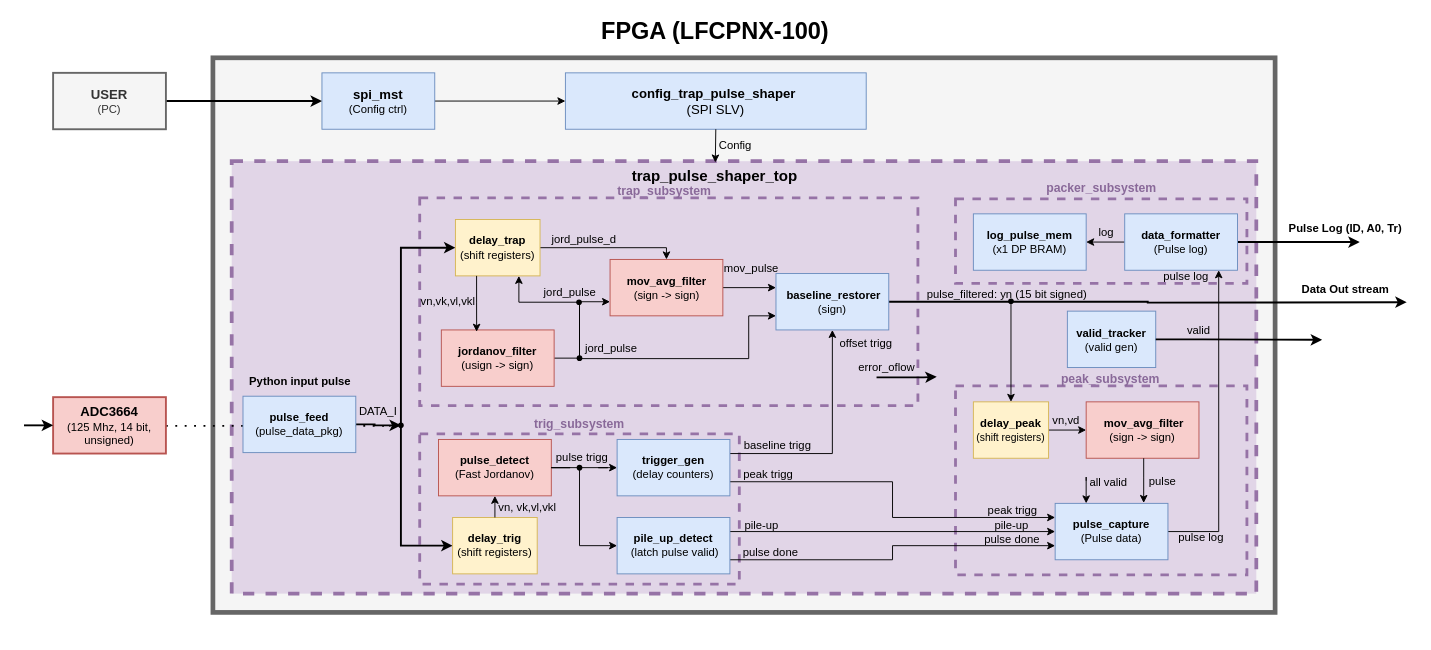
mexarlg/trap_filter keeps this draw.io diagram as docs/Trapezoidal_Pulse_Shaper_BD.drawio. Above is the earlier version. Source tidied: cells renumbered, new cells numbered last; positions are measured from the earlier drawing's top-left corner, leaving out a move shared by most shapes. Both pictures are drawn from the tidied source at 94%, with x=0, y=0 at pixel (24, 16).
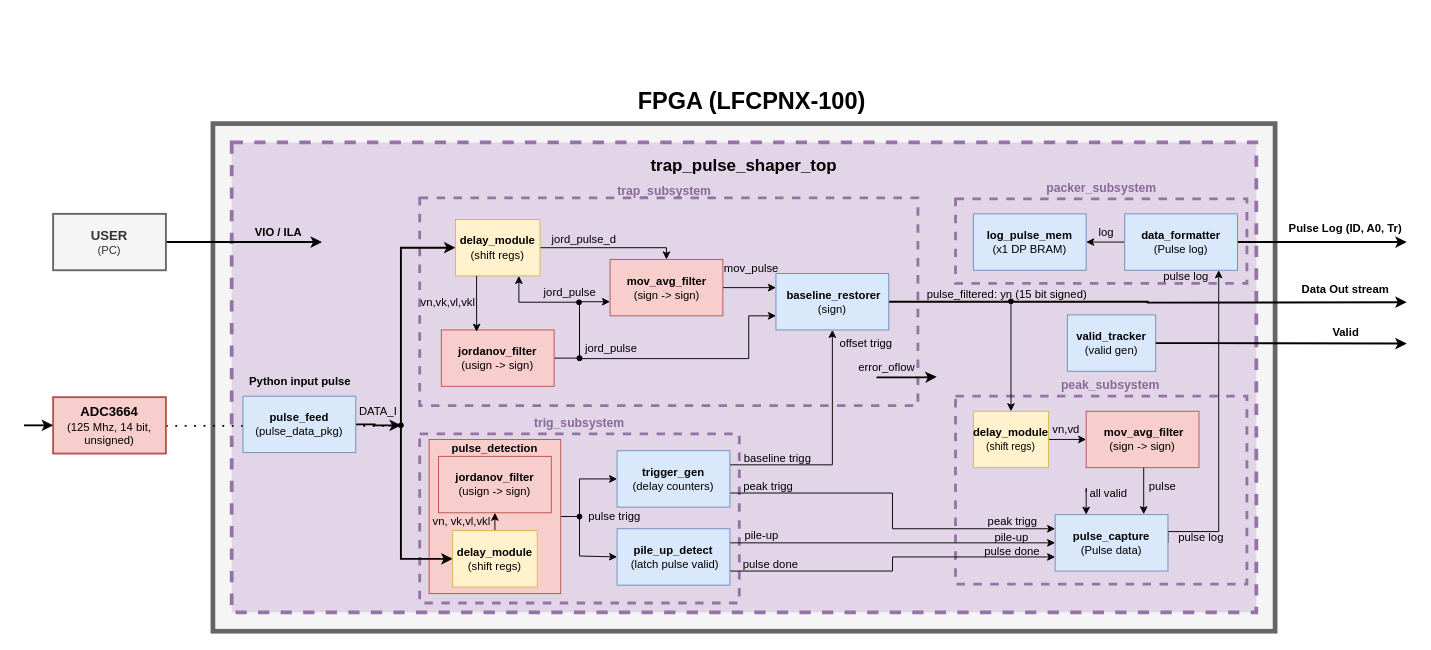
The same diagram, later.

Unchanged cells that the change refers to:
```xml
<mxCell id="14" style="shape=waypoint;sketch=0;fillStyle=solid;size=6;points=[];fillColor=none;perimeter=centerPerimeter;snapToPoint=1;" parent="1" vertex="1">
  <mxGeometry x="391" y="425" width="20" height="20" as="geometry" />
</mxCell>
<mxCell id="50" value="&lt;div&gt;&lt;b&gt;data_formatter&lt;/b&gt;&lt;/div&gt;&lt;div&gt;&lt;span style=&quot;background-color: transparent; color: light-dark(rgb(0, 0, 0), rgb(255, 255, 255));&quot;&gt;(Pulse log)&lt;/span&gt;&lt;/div&gt;" style="rounded=0;whiteSpace=wrap;html=1;fillColor=#dae8fc;strokeColor=#6c8ebf;" parent="1" vertex="1">
  <mxGeometry x="1171" y="210" width="120" height="60" as="geometry" />
</mxCell>
```

Change to the diagram source:
```diff
@@
     <mxCell id="2" style="rounded=0;whiteSpace=wrap;html=1;fillColor=#f5f5f5;strokeColor=#666666;strokeWidth=5;fontColor=#333333;" parent="1" vertex="1">
-      <mxGeometry x="201" y="44" width="1130" height="590" as="geometry" />
+      <mxGeometry x="201" y="114" width="1130" height="540" as="geometry" />
     </mxCell>
     <mxCell id="3" style="rounded=0;whiteSpace=wrap;html=1;fillColor=#e1d5e7;strokeColor=#9673a6;strokeWidth=4;dashed=1;" parent="1" vertex="1">
-      <mxGeometry x="221" y="154" width="1090" height="460" as="geometry" />
+      <mxGeometry x="221" y="134" width="1090" height="500" as="geometry" />
     </mxCell>
     <mxCell id="4" style="rounded=0;whiteSpace=wrap;html=1;fillColor=#e1d5e7;strokeColor=#9673a6;dashed=1;strokeWidth=3;" parent="1" vertex="1">
-      <mxGeometry x="991" y="393" width="310" height="201" as="geometry" />
+      <mxGeometry x="991" y="404" width="310" height="200" as="geometry" />
     </mxCell>
@@
     <mxCell id="7" style="rounded=0;whiteSpace=wrap;html=1;fillColor=#e1d5e7;strokeColor=#9673a6;dashed=1;strokeWidth=3;" parent="1" vertex="1">
-      <mxGeometry x="421" y="444" width="340" height="160" as="geometry" />
+      <mxGeometry x="421" y="444" width="340" height="180" as="geometry" />
     </mxCell>
@@
-    <mxCell id="10" style="edgeStyle=orthogonalEdgeStyle;rounded=0;jettySize=auto;html=1;" parent="1" edge="1" source="45" target="42">
-      <mxGeometry relative="1" as="geometry" />
+    <mxCell id="10" style="edgeStyle=orthogonalEdgeStyle;rounded=0;jettySize=auto;html=1;entryX=0;entryY=0.5;entryDx=0;entryDy=0;" parent="1" edge="1" source="45" target="42">
+      <mxGeometry relative="1" as="geometry">
+        <Array as="points">
+          <mxPoint x="591" y="492" />
+        </Array>
+      </mxGeometry>
     </mxCell>
+    <mxCell id="43" style="edgeStyle=orthogonalEdgeStyle;rounded=0;jettySize=auto;html=1;exitX=1;exitY=0.5;exitDx=0;exitDy=0;endArrow=none;endFill=0;" parent="1" edge="1" source="11" target="45">
+      <mxGeometry relative="1" as="geometry" />
+    </mxCell>
-    <mxCell id="11" value="&lt;b&gt;pulse_detect&lt;/b&gt;&lt;div&gt;(Fast Jordanov)&lt;/div&gt;" style="rounded=0;whiteSpace=wrap;html=1;fillColor=#f8cecc;strokeColor=#b85450;" parent="1" vertex="1">
-      <mxGeometry x="441" y="450" width="120" height="60" as="geometry" />
+    <mxCell id="11" style="rounded=0;whiteSpace=wrap;html=1;fillColor=#f8cecc;strokeColor=#b85450;" parent="1" vertex="1">
+      <mxGeometry x="431" y="450" width="140" height="164" as="geometry" />
     </mxCell>
     <mxCell id="12" style="edgeStyle=orthogonalEdgeStyle;rounded=0;jettySize=auto;html=1;entryX=0;entryY=0.5;entryDx=0;entryDy=0;strokeWidth=2;" parent="1" edge="1" source="14" target="66">
       <mxGeometry relative="1" as="geometry">
         <Array as="points">
-          <mxPoint x="401" y="563" />
+          <mxPoint x="401" y="577" />
         </Array>
       </mxGeometry>
     </mxCell>
@@
-    <mxCell id="16" value="&lt;div&gt;&lt;span style=&quot;background-color: transparent; color: light-dark(rgb(0, 0, 0), rgb(255, 255, 255));&quot;&gt;&lt;b&gt;delay_trap&lt;/b&gt;&lt;/span&gt;&lt;/div&gt;&lt;div&gt;&lt;span style=&quot;background-color: transparent; color: light-dark(rgb(0, 0, 0), rgb(255, 255, 255));&quot;&gt;(shift registers)&lt;/span&gt;&lt;/div&gt;" style="rounded=0;whiteSpace=wrap;html=1;fillColor=#fff2cc;strokeColor=#d6b656;" parent="1" vertex="1">
+    <mxCell id="16" value="&lt;div&gt;&lt;span style=&quot;background-color: transparent; color: light-dark(rgb(0, 0, 0), rgb(255, 255, 255));&quot;&gt;&lt;b&gt;delay_module&lt;/b&gt;&lt;/span&gt;&lt;/div&gt;&lt;div&gt;&lt;span style=&quot;background-color: transparent; color: light-dark(rgb(0, 0, 0), rgb(255, 255, 255));&quot;&gt;(shift regs)&lt;/span&gt;&lt;/div&gt;" style="rounded=0;whiteSpace=wrap;html=1;fillColor=#fff2cc;strokeColor=#d6b656;" parent="1" vertex="1">
       <mxGeometry x="459" y="216" width="90" height="60" as="geometry" />
     </mxCell>
@@
     <mxCell id="19" value="&lt;div&gt;&lt;b&gt;pile_up_detect&lt;/b&gt;&lt;/div&gt;&lt;div&gt;&amp;nbsp;(latch pulse valid)&lt;/div&gt;" style="rounded=0;whiteSpace=wrap;html=1;fillColor=#dae8fc;strokeColor=#6c8ebf;" parent="1" vertex="1">
-      <mxGeometry x="631" y="533" width="120" height="60" as="geometry" />
+      <mxGeometry x="631" y="545" width="120" height="60" as="geometry" />
     </mxCell>
@@
-    <mxCell id="23" value="&lt;div&gt;&lt;span style=&quot;background-color: transparent; color: light-dark(rgb(0, 0, 0), rgb(255, 255, 255));&quot;&gt;&lt;b&gt;delay_peak&lt;/b&gt;&lt;/span&gt;&lt;/div&gt;&lt;div&gt;&lt;span style=&quot;background-color: transparent; color: light-dark(rgb(0, 0, 0), rgb(255, 255, 255));&quot;&gt;&lt;font style=&quot;font-size: 11px;&quot;&gt;(shift registers)&lt;/font&gt;&lt;/span&gt;&lt;/div&gt;" style="rounded=0;whiteSpace=wrap;html=1;fillColor=#fff2cc;strokeColor=#d6b656;" parent="1" vertex="1">
-      <mxGeometry x="1010" y="410" width="80" height="60" as="geometry" />
+    <mxCell id="23" value="&lt;div&gt;&lt;span style=&quot;background-color: transparent; color: light-dark(rgb(0, 0, 0), rgb(255, 255, 255));&quot;&gt;&lt;b&gt;delay_module&lt;/b&gt;&lt;/span&gt;&lt;/div&gt;&lt;div&gt;&lt;span style=&quot;background-color: transparent; color: light-dark(rgb(0, 0, 0), rgb(255, 255, 255));&quot;&gt;&lt;font style=&quot;font-size: 11px;&quot;&gt;(shift regs)&lt;/font&gt;&lt;/span&gt;&lt;/div&gt;" style="rounded=0;whiteSpace=wrap;html=1;fillColor=#fff2cc;strokeColor=#d6b656;" parent="1" vertex="1">
+      <mxGeometry x="1010" y="420" width="80" height="60" as="geometry" />
     </mxCell>
@@
     <mxCell id="25" value="&lt;div&gt;&lt;span style=&quot;background-color: transparent; color: light-dark(rgb(0, 0, 0), rgb(255, 255, 255));&quot;&gt;&lt;b&gt;pulse_capture&lt;/b&gt;&lt;/span&gt;&lt;/div&gt;&lt;div&gt;&lt;span style=&quot;background-color: transparent; color: light-dark(rgb(0, 0, 0), rgb(255, 255, 255));&quot;&gt;(Pulse data)&lt;/span&gt;&lt;/div&gt;" style="rounded=0;whiteSpace=wrap;html=1;fillColor=#dae8fc;strokeColor=#6c8ebf;" parent="1" vertex="1">
-      <mxGeometry x="1097" y="518" width="120" height="60" as="geometry" />
+      <mxGeometry x="1097" y="530" width="120" height="60" as="geometry" />
     </mxCell>
-    <mxCell id="26" value="&lt;div&gt;&lt;span style=&quot;background-color: transparent; color: light-dark(rgb(0, 0, 0), rgb(255, 255, 255));&quot;&gt;&lt;b&gt;&lt;font style=&quot;font-size: 14px;&quot;&gt;config_trap_pulse_shaper&amp;nbsp;&lt;/font&gt;&lt;/b&gt;&lt;/span&gt;&lt;/div&gt;&lt;div&gt;&lt;span style=&quot;background-color: transparent; color: light-dark(rgb(0, 0, 0), rgb(255, 255, 255));&quot;&gt;&lt;font style=&quot;font-size: 14px;&quot;&gt;(SPI SLV)&lt;/font&gt;&lt;/span&gt;&lt;/div&gt;" style="rounded=0;whiteSpace=wrap;html=1;fillColor=#dae8fc;strokeColor=#6c8ebf;" parent="1" vertex="1">
-      <mxGeometry x="576" y="60" width="320" height="60" as="geometry" />
-    </mxCell>
-    <mxCell id="27" style="edgeStyle=orthogonalEdgeStyle;rounded=0;jettySize=auto;html=1;" parent="1" edge="1" source="28" target="26">
-      <mxGeometry relative="1" as="geometry" />
-    </mxCell>
-    <mxCell id="28" value="&lt;div&gt;&lt;span style=&quot;background-color: transparent; color: light-dark(rgb(0, 0, 0), rgb(255, 255, 255));&quot;&gt;&lt;span style=&quot;font-size: 14px;&quot;&gt;&lt;b&gt;spi_mst&lt;/b&gt;&lt;/span&gt;&lt;/span&gt;&lt;/div&gt;&lt;div&gt;&lt;span style=&quot;background-color: transparent; color: light-dark(rgb(0, 0, 0), rgb(255, 255, 255));&quot;&gt;(Config ctrl)&lt;/span&gt;&lt;/div&gt;" style="rounded=0;whiteSpace=wrap;html=1;fillColor=#dae8fc;strokeColor=#6c8ebf;" parent="1" vertex="1">
-      <mxGeometry x="317" y="60" width="120" height="60" as="geometry" />
-    </mxCell>
-    <mxCell id="29" style="endArrow=classic;html=1;rounded=0;entryX=0;entryY=0.5;entryDx=0;entryDy=0;strokeWidth=2;exitX=1;exitY=0.5;exitDx=0;exitDy=0;" parent="1" edge="1" source="33" target="28">
-      <mxGeometry relative="1" as="geometry" />
+    <mxCell id="29" style="endArrow=classic;html=1;rounded=0;entryX=0;entryY=0.5;entryDx=0;entryDy=0;strokeWidth=2;exitX=1;exitY=0.5;exitDx=0;exitDy=0;" parent="1" edge="1" source="33">
+      <mxGeometry relative="1" as="geometry">
+        <mxPoint x="317" y="240" as="targetPoint" />
+      </mxGeometry>
     </mxCell>
@@
     <mxCell id="32" style="endArrow=classic;html=1;rounded=0;exitX=1;exitY=0.5;exitDx=0;exitDy=0;strokeWidth=2;" parent="1" edge="1" source="50">
       <mxGeometry relative="1" as="geometry">
-        <mxPoint x="1421" y="240" as="targetPoint" />
+        <mxPoint x="1471" y="240" as="targetPoint" />
       </mxGeometry>
     </mxCell>
     <mxCell id="33" value="&lt;b&gt;&lt;font style=&quot;font-size: 14px;&quot;&gt;USER&lt;/font&gt;&lt;/b&gt;&lt;div&gt;(PC)&lt;/div&gt;" style="rounded=0;whiteSpace=wrap;html=1;fillColor=#f5f5f5;fontColor=#333333;strokeColor=#666666;strokeWidth=2;" parent="1" vertex="1">
-      <mxGeometry x="31" y="60" width="120" height="60" as="geometry" />
+      <mxGeometry x="31" y="210" width="120" height="60" as="geometry" />
     </mxCell>
     <mxCell id="34" value="&lt;b&gt;&lt;font style=&quot;font-size: 25px;&quot;&gt;FPGA (LFCPNX-100)&lt;/font&gt;&lt;/b&gt;" style="text;html=1;whiteSpace=wrap;strokeColor=none;fillColor=none;align=center;verticalAlign=middle;rounded=0;" parent="1" vertex="1">
-      <mxGeometry x="588" width="295" height="30" as="geometry" />
+      <mxGeometry x="626.5" y="74" width="295" height="30" as="geometry" />
     </mxCell>
@@
-    <mxCell id="38" value="&lt;b&gt;&lt;font&gt;trap_pulse_shaper_top&lt;/font&gt;&lt;/b&gt;" style="text;html=1;whiteSpace=wrap;strokeColor=none;fillColor=none;align=center;verticalAlign=middle;rounded=0;fontSize=16;" parent="1" vertex="1">
-      <mxGeometry x="662" y="165" width="146.2" height="9" as="geometry" />
+    <mxCell id="38" value="&lt;b&gt;&lt;font style=&quot;font-size: 18px;&quot;&gt;trap_pulse_shaper_top&lt;/font&gt;&lt;/b&gt;" style="text;html=1;whiteSpace=wrap;strokeColor=none;fillColor=none;align=center;verticalAlign=middle;rounded=0;fontSize=16;" parent="1" vertex="1">
+      <mxGeometry x="692.9" y="154" width="146.2" height="9" as="geometry" />
     </mxCell>
-    <mxCell id="39" value="Config" style="text;html=1;whiteSpace=wrap;strokeColor=none;fillColor=none;align=center;verticalAlign=middle;rounded=0;" parent="1" vertex="1">
-      <mxGeometry x="736" y="128" width="42" height="20" as="geometry" />
-    </mxCell>
@@
     <mxCell id="42" value="&lt;b&gt;trigger_gen&lt;/b&gt;&lt;div&gt;(delay counters)&lt;/div&gt;" style="rounded=0;whiteSpace=wrap;html=1;fillColor=#dae8fc;strokeColor=#6c8ebf;" parent="1" vertex="1">
-      <mxGeometry x="631" y="450" width="120" height="60" as="geometry" />
+      <mxGeometry x="631" y="462" width="120" height="60" as="geometry" />
     </mxCell>
-    <mxCell id="43" style="edgeStyle=orthogonalEdgeStyle;rounded=0;jettySize=auto;html=1;entryDx=0;entryDy=0;endArrow=none;endFill=0;" parent="1" edge="1" source="11" target="45">
-      <mxGeometry relative="1" as="geometry" />
-    </mxCell>
     <mxCell id="44" style="edgeStyle=orthogonalEdgeStyle;rounded=0;jettySize=auto;html=1;entryX=0;entryY=0.5;entryDx=0;entryDy=0;" parent="1" edge="1" source="45" target="19">
       <mxGeometry relative="1" as="geometry">
         <Array as="points">
-          <mxPoint x="591" y="563" />
+          <mxPoint x="591" y="574" />
+          <mxPoint x="631" y="574" />
         </Array>
       </mxGeometry>
     </mxCell>
     <mxCell id="45" style="shape=waypoint;sketch=0;fillStyle=solid;size=6;points=[];fillColor=none;perimeter=centerPerimeter;snapToPoint=1;" parent="1" vertex="1">
-      <mxGeometry x="581" y="470" width="20" height="20" as="geometry" />
+      <mxGeometry x="581" y="522" width="20" height="20" as="geometry" />
     </mxCell>
@@
     <mxCell id="48" value="pile-up" style="text;html=1;whiteSpace=wrap;strokeColor=none;fillColor=none;align=center;verticalAlign=middle;rounded=0;" parent="1" vertex="1">
-      <mxGeometry x="762.5" y="533" width="43.5" height="18" as="geometry" />
+      <mxGeometry x="762.5" y="543" width="43.5" height="18" as="geometry" />
     </mxCell>
@@
     <mxCell id="54" value="&lt;font style=&quot;color: rgb(137, 105, 153);&quot;&gt;&lt;b&gt;peak_subsystem&lt;/b&gt;&lt;/font&gt;" style="text;html=1;whiteSpace=wrap;strokeColor=none;fillColor=none;align=center;verticalAlign=middle;rounded=0;fontSize=13;" parent="1" vertex="1">
-      <mxGeometry x="1110.5" y="384" width="90" as="geometry" />
+      <mxGeometry x="1110.5" y="391" width="90" as="geometry" />
     </mxCell>
     <mxCell id="55" value="&lt;font style=&quot;color: rgb(137, 105, 153);&quot;&gt;&lt;b&gt;trig_subsystem&lt;/b&gt;&lt;/font&gt;" style="text;html=1;whiteSpace=wrap;strokeColor=none;fillColor=none;align=center;verticalAlign=middle;rounded=0;fontSize=13;" parent="1" vertex="1">
-      <mxGeometry x="541" y="426" width="100" height="13" as="geometry" />
+      <mxGeometry x="541" y="425" width="100" height="13" as="geometry" />
     </mxCell>
     <mxCell id="56" value="&lt;div&gt;&lt;b&gt;&amp;nbsp;mov_avg_filter&lt;/b&gt;&lt;/div&gt;&lt;div&gt;&lt;span style=&quot;background-color: transparent; color: light-dark(rgb(0, 0, 0), rgb(255, 255, 255));&quot;&gt;(sign -&amp;gt; sign)&lt;/span&gt;&lt;/div&gt;" style="rounded=0;whiteSpace=wrap;html=1;fillColor=#f8cecc;strokeColor=#b85450;" parent="1" vertex="1">
-      <mxGeometry x="1130" y="410" width="120" height="60" as="geometry" />
+      <mxGeometry x="1130" y="420" width="120" height="60" as="geometry" />
     </mxCell>
@@
     <mxCell id="58" value="pile-up" style="text;html=1;whiteSpace=wrap;strokeColor=none;fillColor=none;align=center;verticalAlign=middle;rounded=0;" parent="1" vertex="1">
-      <mxGeometry x="1027" y="536" width="48" height="12" as="geometry" />
+      <mxGeometry x="1027" y="548" width="48" height="12" as="geometry" />
     </mxCell>
     <mxCell id="59" value="peak trigg" style="text;html=1;whiteSpace=wrap;strokeColor=none;fillColor=none;align=center;verticalAlign=middle;rounded=0;" parent="1" vertex="1">
-      <mxGeometry x="760.5" y="482" width="61.5" height="9" as="geometry" />
+      <mxGeometry x="760.5" y="495" width="61.5" height="9" as="geometry" />
     </mxCell>
@@
     <mxCell id="61" value="pulse trigg" style="text;html=1;whiteSpace=wrap;strokeColor=none;fillColor=none;align=center;verticalAlign=middle;rounded=0;" parent="1" vertex="1">
-      <mxGeometry x="563.5" y="458.5" width="60" height="21" as="geometry" />
+      <mxGeometry x="595" y="528.5" width="67" height="7" as="geometry" />
     </mxCell>
@@
     <mxCell id="63" value="vn,vd&amp;nbsp;" style="text;html=1;whiteSpace=wrap;strokeColor=none;fillColor=none;align=center;verticalAlign=middle;rounded=0;" parent="1" vertex="1">
-      <mxGeometry x="1095" y="423.5" width="31" height="12" as="geometry" />
+      <mxGeometry x="1095" y="433.5" width="31" height="12" as="geometry" />
     </mxCell>
@@
+    <mxCell id="99" style="edgeStyle=orthogonalEdgeStyle;rounded=0;jettySize=auto;html=1;exitX=0.5;exitY=0;exitDx=0;exitDy=0;entryX=0.5;entryY=1;entryDx=0;entryDy=0;" parent="1" edge="1" source="66" target="100">
+      <mxGeometry relative="1" as="geometry" />
+    </mxCell>
-    <mxCell id="66" value="&lt;div&gt;&lt;b&gt;delay_trig&lt;/b&gt;&lt;/div&gt;&lt;div&gt;(shift registers)&lt;/div&gt;" style="rounded=0;whiteSpace=wrap;html=1;fillColor=#fff2cc;strokeColor=#d6b656;" parent="1" vertex="1">
-      <mxGeometry x="456" y="533" width="90" height="60" as="geometry" />
+    <mxCell id="66" value="&lt;div&gt;&lt;b&gt;delay_module&lt;/b&gt;&lt;/div&gt;&lt;div&gt;(shift regs)&lt;/div&gt;" style="rounded=0;whiteSpace=wrap;html=1;fillColor=#fff2cc;strokeColor=#d6b656;" parent="1" vertex="1">
+      <mxGeometry x="456" y="547" width="90" height="60" as="geometry" />
     </mxCell>
@@
     <mxCell id="69" value="pulse done" style="text;html=1;whiteSpace=wrap;strokeColor=none;fillColor=none;align=center;verticalAlign=middle;rounded=0;" parent="1" vertex="1">
-      <mxGeometry x="761" y="565" width="67" height="10" as="geometry" />
+      <mxGeometry x="761" y="578" width="67" height="10" as="geometry" />
     </mxCell>
@@
     <mxCell id="71" value="pulse done" style="text;html=1;whiteSpace=wrap;strokeColor=none;fillColor=none;align=center;verticalAlign=middle;rounded=0;" parent="1" vertex="1">
-      <mxGeometry x="1021" y="554" width="61" height="6" as="geometry" />
+      <mxGeometry x="1021" y="566" width="61" height="6" as="geometry" />
     </mxCell>
     <mxCell id="72" value="&lt;div&gt;&lt;span style=&quot;background-color: transparent; color: light-dark(rgb(0, 0, 0), rgb(255, 255, 255));&quot;&gt;&lt;b style=&quot;&quot;&gt;&lt;font&gt;valid_tracker&lt;/font&gt;&lt;/b&gt;&lt;/span&gt;&lt;/div&gt;&lt;div&gt;&lt;span style=&quot;background-color: transparent; color: light-dark(rgb(0, 0, 0), rgb(255, 255, 255));&quot;&gt;(valid gen)&lt;/span&gt;&lt;/div&gt;" style="rounded=0;whiteSpace=wrap;html=1;fillColor=#dae8fc;strokeColor=#6c8ebf;" parent="1" vertex="1">
-      <mxGeometry x="1110" y="313.5" width="94" height="60" as="geometry" />
+      <mxGeometry x="1110" y="317.5" width="94" height="60" as="geometry" />
     </mxCell>
@@
     <mxCell id="75" value="baseline trigg" style="text;html=1;whiteSpace=wrap;strokeColor=none;fillColor=none;align=center;verticalAlign=middle;rounded=0;" parent="1" vertex="1">
-      <mxGeometry x="754.5" y="447" width="93.5" height="19" as="geometry" />
+      <mxGeometry x="754.5" y="460" width="93.5" height="19" as="geometry" />
     </mxCell>
-    <mxCell id="76" style="edgeStyle=orthogonalEdgeStyle;rounded=0;jettySize=auto;html=1;exitX=0.5;exitY=0;exitDx=0;exitDy=0;entryX=0.5;entryY=1;entryDx=0;entryDy=0;" parent="1" edge="1" source="66" target="11">
-      <mxGeometry relative="1" as="geometry" />
-    </mxCell>
     <mxCell id="77" value="vn, vk,vl,vkl&amp;nbsp;" style="text;html=1;whiteSpace=wrap;strokeColor=none;fillColor=none;align=center;verticalAlign=middle;rounded=0;" parent="1" vertex="1">
-      <mxGeometry x="504" y="508" width="67" height="30" as="geometry" />
+      <mxGeometry x="434" y="529.5" width="67" height="17" as="geometry" />
     </mxCell>
@@
     <mxCell id="87" style="edgeStyle=orthogonalEdgeStyle;rounded=0;jettySize=auto;html=1;exitX=1;exitY=0.5;exitDx=0;exitDy=0;strokeWidth=2;" parent="1" edge="1" source="72">
       <mxGeometry relative="1" as="geometry">
-        <mxPoint x="1381" y="344" as="targetPoint" />
+        <mxPoint x="1471" y="348" as="targetPoint" />
         <Array as="points">
-          <mxPoint x="1254" y="343.5" />
+          <mxPoint x="1254" y="347.5" />
         </Array>
       </mxGeometry>
     </mxCell>
-    <mxCell id="88" value="valid" style="text;html=1;whiteSpace=wrap;strokeColor=none;fillColor=none;align=center;verticalAlign=middle;rounded=0;" parent="1" vertex="1">
-      <mxGeometry x="1230" y="331.5" width="40" height="5" as="geometry" />
-    </mxCell>
@@
-    <mxCell id="91" style="edgeStyle=orthogonalEdgeStyle;rounded=0;jettySize=auto;html=1;exitX=0.5;exitY=1;exitDx=0;exitDy=0;entryX=0.472;entryY=0.003;entryDx=0;entryDy=0;entryPerimeter=0;" parent="1" edge="1" source="26" target="3">
-      <mxGeometry relative="1" as="geometry" />
-    </mxCell>
@@
     <mxCell id="95" value="pulse" style="text;html=1;whiteSpace=wrap;strokeColor=none;fillColor=none;align=center;verticalAlign=middle;rounded=0;" parent="1" vertex="1">
-      <mxGeometry x="1193" y="490.2" width="37" height="10.5" as="geometry" />
+      <mxGeometry x="1193" y="495.2" width="37" height="10.5" as="geometry" />
     </mxCell>
     <mxCell id="96" value="peak trigg" style="text;html=1;whiteSpace=wrap;strokeColor=none;fillColor=none;align=center;verticalAlign=middle;rounded=0;" parent="1" vertex="1">
-      <mxGeometry x="1021" y="521.5" width="61.5" height="9" as="geometry" />
+      <mxGeometry x="1021" y="533.5" width="61.5" height="9" as="geometry" />
     </mxCell>
     <mxCell id="97" style="edgeStyle=orthogonalEdgeStyle;rounded=0;orthogonalLoop=1;jettySize=auto;html=1;entryX=0.785;entryY=-0.007;entryDx=0;entryDy=0;entryPerimeter=0;" parent="1" edge="1">
       <mxGeometry relative="1" as="geometry">
-        <mxPoint x="1130" y="494" as="sourcePoint" />
-        <mxPoint x="1130" y="518" as="targetPoint" />
+        <mxPoint x="1130" y="506" as="sourcePoint" />
+        <mxPoint x="1130" y="530" as="targetPoint" />
         <Array as="points">
-          <mxPoint x="1130" y="490" />
+          <mxPoint x="1130" y="502" />
         </Array>
       </mxGeometry>
     </mxCell>
     <mxCell id="98" value="all valid" style="text;html=1;whiteSpace=wrap;strokeColor=none;fillColor=none;align=center;verticalAlign=middle;rounded=0;" parent="1" vertex="1">
-      <mxGeometry x="1130" y="491" width="48" height="10.5" as="geometry" />
+      <mxGeometry x="1130" y="503" width="48" height="10.5" as="geometry" />
     </mxCell>
+    <mxCell id="100" value="&lt;div&gt;&lt;span style=&quot;background-color: transparent; color: light-dark(rgb(0, 0, 0), rgb(255, 255, 255));&quot;&gt;&lt;b&gt;jordanov_filter&lt;/b&gt;&lt;/span&gt;&lt;/div&gt;&lt;div&gt;&lt;span style=&quot;background-color: transparent; color: light-dark(rgb(0, 0, 0), rgb(255, 255, 255));&quot;&gt;(usign -&amp;gt; sign)&lt;/span&gt;&lt;/div&gt;" style="rounded=0;whiteSpace=wrap;html=1;fillColor=#f8cecc;strokeColor=#b85450;" parent="1" vertex="1">
+      <mxGeometry x="441" y="468" width="120" height="60" as="geometry" />
+    </mxCell>
+    <mxCell id="101" value="&lt;b&gt;pulse_detection&lt;/b&gt;" style="text;html=1;whiteSpace=wrap;strokeColor=none;fillColor=none;align=center;verticalAlign=middle;rounded=0;" parent="1" vertex="1">
+      <mxGeometry x="474.2" y="453" width="53.5" height="14" as="geometry" />
+    </mxCell>
+    <mxCell id="102" value="&lt;b&gt;VIO / ILA&lt;/b&gt;" style="text;html=1;whiteSpace=wrap;strokeColor=none;fillColor=none;align=center;verticalAlign=middle;rounded=0;" parent="1" vertex="1">
+      <mxGeometry x="241" y="222" width="60" height="16" as="geometry" />
+    </mxCell>
+    <mxCell id="103" value="&lt;b&gt;Valid&lt;/b&gt;" style="text;html=1;whiteSpace=wrap;strokeColor=none;fillColor=none;align=center;verticalAlign=middle;rounded=0;" parent="1" vertex="1">
+      <mxGeometry x="1383.5" y="328.8" width="45" height="14.2" as="geometry" />
+    </mxCell>
```
